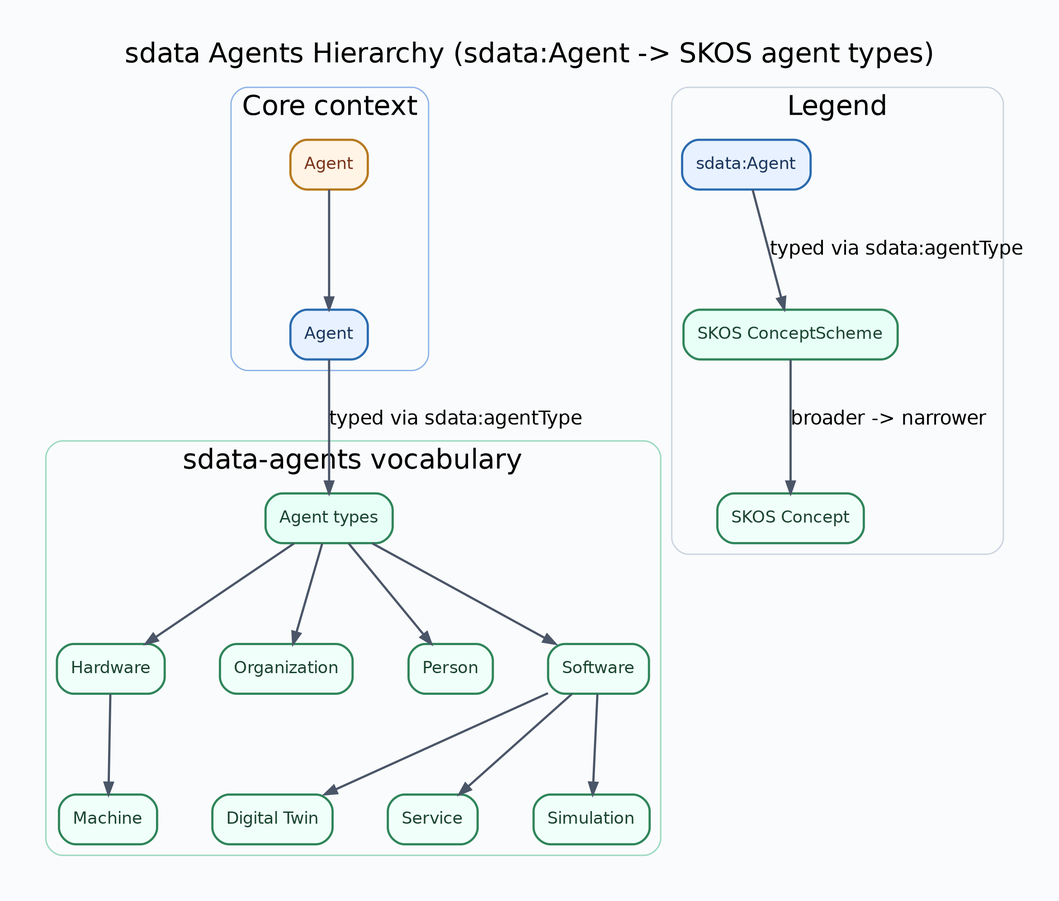
The Graphviz diagram docs/diagrams/sdata-agents-hierarchy.png in lepy/sdata-ontology, before a commit. Its source is kept beside it as docs/diagrams/sdata-agents-hierarchy.dot. Its diagram source:
```dot
digraph "" {
	graph [bgcolor="#FAFBFC",
		fontname=Helvetica,
		fontsize=20,
		label="sdata Agents Hierarchy (sdata:Agent -> SKOS agent types)",
		labeljust=c,
		labelloc=t,
		nodesep=0.55,
		overlap=false,
		pad=0.35,
		rankdir=TB,
		ranksep=1.0,
		splines=true
	];
	node [fontname=Helvetica,
		fontsize=12,
		label="\N",
		margin="0.14,0.08",
		penwidth=1.6,
		shape=box,
		style="filled,rounded"
	];
	edge [arrowsize=0.85,
		color="#4A5568",
		fontname=Helvetica,
		penwidth=1.6
	];
	subgraph cluster_core {
		graph [color="#90B5E8",
			label="Core context",
			style=rounded
		];
		"http://www.w3.org/ns/prov#Agent"	[color="#B7791F",
			fillcolor="#FFF4E5",
			fontcolor="#7B341E",
			label=Agent];
		"https://w3id.org/sdata/core#Agent"	[color="#2B6CB0",
			fillcolor="#E8F1FF",
			fontcolor="#1A365D",
			label=Agent];
	}
	subgraph cluster_agents {
		graph [color="#9AD9BF",
			label="sdata-agents vocabulary",
			style=rounded
		];
		"https://w3id.org/sdata/vocab/agents#AgentTypeScheme"	[color="#2F855A",
			fillcolor="#E7FFF6",
			fontcolor="#1C4532",
			label="Agent types"];
		"https://w3id.org/sdata/vocab/agents#DigitalTwin"	[color="#2F855A",
			fillcolor="#F0FFF9",
			fontcolor="#1C4532",
			label="Digital Twin"];
		"https://w3id.org/sdata/vocab/agents#Hardware"	[color="#2F855A",
			fillcolor="#F0FFF9",
			fontcolor="#1C4532",
			label=Hardware];
		"https://w3id.org/sdata/vocab/agents#Machine"	[color="#2F855A",
			fillcolor="#F0FFF9",
			fontcolor="#1C4532",
			label=Machine];
		"https://w3id.org/sdata/vocab/agents#Organization"	[color="#2F855A",
			fillcolor="#F0FFF9",
			fontcolor="#1C4532",
			label=Organization];
		"https://w3id.org/sdata/vocab/agents#Person"	[color="#2F855A",
			fillcolor="#F0FFF9",
			fontcolor="#1C4532",
			label=Person];
		"https://w3id.org/sdata/vocab/agents#Service"	[color="#2F855A",
			fillcolor="#F0FFF9",
			fontcolor="#1C4532",
			label=Service];
		"https://w3id.org/sdata/vocab/agents#Simulation"	[color="#2F855A",
			fillcolor="#F0FFF9",
			fontcolor="#1C4532",
			label=Simulation];
		"https://w3id.org/sdata/vocab/agents#Software"	[color="#2F855A",
			fillcolor="#F0FFF9",
			fontcolor="#1C4532",
			label=Software];
	}
	subgraph cluster_legend {
		graph [color="#CBD5E0",
			label=Legend,
			style=rounded
		];
		legend_sdata	[color="#2B6CB0",
			fillcolor="#E8F1FF",
			fontcolor="#1A365D",
			label="sdata:Agent"];
		legend_scheme	[color="#2F855A",
			fillcolor="#E7FFF6",
			fontcolor="#1C4532",
			label="SKOS ConceptScheme"];
		legend_sdata -> legend_scheme	[label="typed via sdata:agentType"];
		legend_concept	[color="#2F855A",
			fillcolor="#F0FFF9",
			fontcolor="#1C4532",
			label="SKOS Concept"];
		legend_scheme -> legend_concept	[label="broader -> narrower"];
	}
	"http://www.w3.org/ns/prov#Agent" -> "https://w3id.org/sdata/core#Agent";
	"https://w3id.org/sdata/core#Agent" -> "https://w3id.org/sdata/vocab/agents#AgentTypeScheme"	[label="typed via sdata:agentType"];
	"https://w3id.org/sdata/vocab/agents#AgentTypeScheme" -> "https://w3id.org/sdata/vocab/agents#Hardware";
	"https://w3id.org/sdata/vocab/agents#AgentTypeScheme" -> "https://w3id.org/sdata/vocab/agents#Organization";
	"https://w3id.org/sdata/vocab/agents#AgentTypeScheme" -> "https://w3id.org/sdata/vocab/agents#Person";
	"https://w3id.org/sdata/vocab/agents#AgentTypeScheme" -> "https://w3id.org/sdata/vocab/agents#Software";
	"https://w3id.org/sdata/vocab/agents#Hardware" -> "https://w3id.org/sdata/vocab/agents#Machine";
	"https://w3id.org/sdata/vocab/agents#Software" -> "https://w3id.org/sdata/vocab/agents#DigitalTwin";
	"https://w3id.org/sdata/vocab/agents#Software" -> "https://w3id.org/sdata/vocab/agents#Service";
	"https://w3id.org/sdata/vocab/agents#Software" -> "https://w3id.org/sdata/vocab/agents#Simulation";
}
```
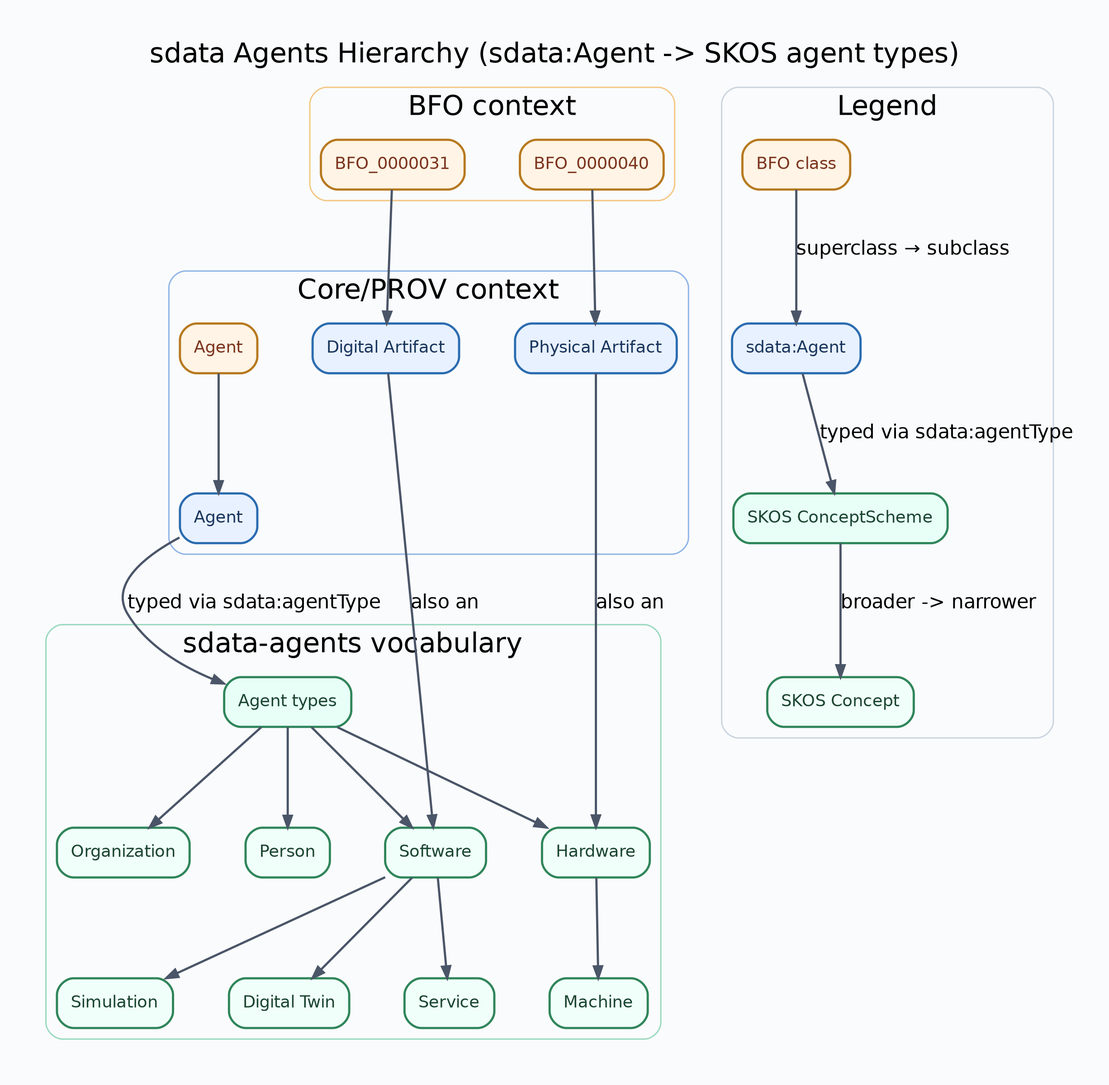
Above is the later version.

Commit message:
Link agents plot to BFO and sdata artifact base classes

The edit, as a diff of the source:
```diff
@@ -27,7 +27,7 @@
 	];
 	subgraph cluster_core {
 		graph [color="#90B5E8",
-			label="Core context",
+			label="Core/PROV context",
 			style=rounded
 		];
 		"http://www.w3.org/ns/prov#Agent"	[color="#B7791F",
@@ -38,6 +38,28 @@
 			fillcolor="#E8F1FF",
 			fontcolor="#1A365D",
 			label=Agent];
+		"https://w3id.org/sdata/core#DigitalArtifact"	[color="#2B6CB0",
+			fillcolor="#E8F1FF",
+			fontcolor="#1A365D",
+			label="Digital Artifact"];
+		"https://w3id.org/sdata/core#PhysicalArtifact"	[color="#2B6CB0",
+			fillcolor="#E8F1FF",
+			fontcolor="#1A365D",
+			label="Physical Artifact"];
+	}
+	subgraph cluster_bfo {
+		graph [color="#F3C887",
+			label="BFO context",
+			style=rounded
+		];
+		"http://purl.obolibrary.org/obo/BFO_0000031"	[color="#B7791F",
+			fillcolor="#FFF4E5",
+			fontcolor="#7B341E",
+			label=BFO_0000031];
+		"http://purl.obolibrary.org/obo/BFO_0000040"	[color="#B7791F",
+			fillcolor="#FFF4E5",
+			fontcolor="#7B341E",
+			label=BFO_0000040];
 	}
 	subgraph cluster_agents {
 		graph [color="#9AD9BF",
@@ -95,14 +117,23 @@
 			fontcolor="#1C4532",
 			label="SKOS ConceptScheme"];
 		legend_sdata -> legend_scheme	[label="typed via sdata:agentType"];
+		legend_bfo	[color="#B7791F",
+			fillcolor="#FFF4E5",
+			fontcolor="#7B341E",
+			label="BFO class"];
+		legend_bfo -> legend_sdata	[label="superclass → subclass"];
 		legend_concept	[color="#2F855A",
 			fillcolor="#F0FFF9",
 			fontcolor="#1C4532",
 			label="SKOS Concept"];
 		legend_scheme -> legend_concept	[label="broader -> narrower"];
 	}
+	"http://purl.obolibrary.org/obo/BFO_0000031" -> "https://w3id.org/sdata/core#DigitalArtifact";
+	"http://purl.obolibrary.org/obo/BFO_0000040" -> "https://w3id.org/sdata/core#PhysicalArtifact";
 	"http://www.w3.org/ns/prov#Agent" -> "https://w3id.org/sdata/core#Agent";
 	"https://w3id.org/sdata/core#Agent" -> "https://w3id.org/sdata/vocab/agents#AgentTypeScheme"	[label="typed via sdata:agentType"];
+	"https://w3id.org/sdata/core#DigitalArtifact" -> "https://w3id.org/sdata/vocab/agents#Software"	[label="also an"];
+	"https://w3id.org/sdata/core#PhysicalArtifact" -> "https://w3id.org/sdata/vocab/agents#Hardware"	[label="also an"];
 	"https://w3id.org/sdata/vocab/agents#AgentTypeScheme" -> "https://w3id.org/sdata/vocab/agents#Hardware";
 	"https://w3id.org/sdata/vocab/agents#AgentTypeScheme" -> "https://w3id.org/sdata/vocab/agents#Organization";
 	"https://w3id.org/sdata/vocab/agents#AgentTypeScheme" -> "https://w3id.org/sdata/vocab/agents#Person";
```
